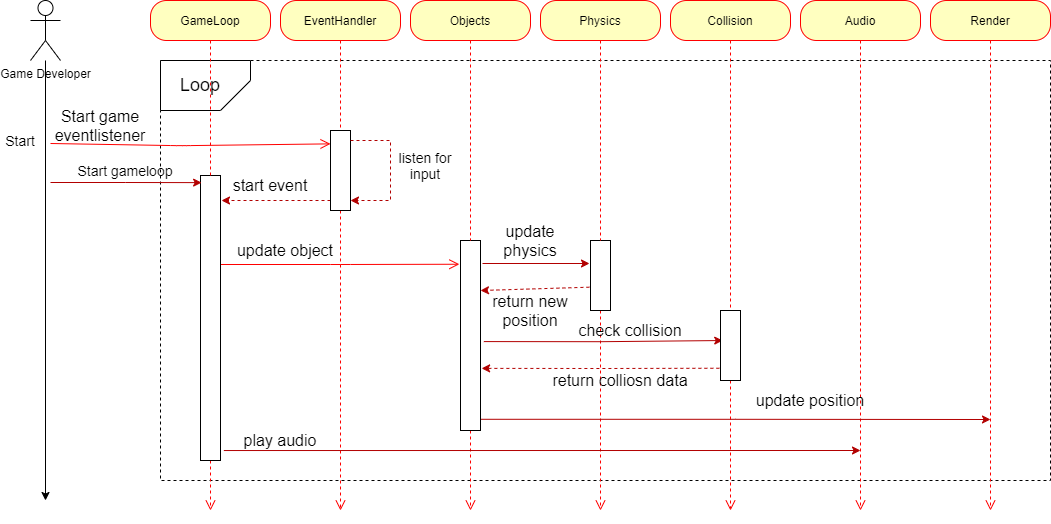
Above: flappyengine/Diagrams/Sequence/Sequence.png in jogvanrs/flappybird2.0 (draw.io), before the change. Source tidied: cells renumbered, new cells last; positions are measured from the earlier drawing's top-left corner, leaving out a move shared by most shapes.
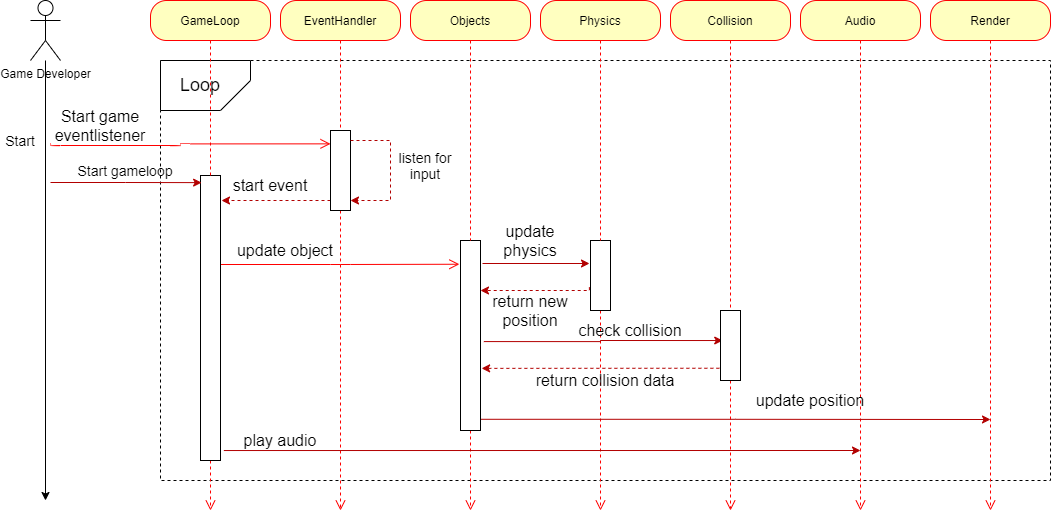
The same diagram one commit later.

The edit, as a diff of the source:
```diff
@@ -189,8 +189,8 @@
     <mxCell id="48" value="&lt;font size=&quot;3&quot;&gt;check collision&lt;/font&gt;" style="text;html=1;strokeColor=none;fillColor=none;align=center;verticalAlign=middle;whiteSpace=wrap;rounded=0;" parent="1" vertex="1">
       <mxGeometry x="570" y="320" width="120" height="20" as="geometry" />
     </mxCell>
-    <mxCell id="49" value="&lt;font size=&quot;3&quot;&gt;return colliosn data&lt;/font&gt;" style="text;html=1;strokeColor=none;fillColor=none;align=center;verticalAlign=middle;whiteSpace=wrap;rounded=0;" parent="1" vertex="1">
-      <mxGeometry x="550" y="370" width="140" height="20" as="geometry" />
+    <mxCell id="49" value="&lt;font size=&quot;3&quot;&gt;return collision data&lt;/font&gt;" style="text;html=1;strokeColor=none;fillColor=none;align=center;verticalAlign=middle;whiteSpace=wrap;rounded=0;" parent="1" vertex="1">
+      <mxGeometry x="515" y="370" width="180" height="20" as="geometry" />
     </mxCell>
     <mxCell id="50" value="&lt;font size=&quot;3&quot;&gt;play audio&lt;/font&gt;" style="text;html=1;strokeColor=none;fillColor=none;align=center;verticalAlign=middle;whiteSpace=wrap;rounded=0;" parent="1" vertex="1">
       <mxGeometry x="230" y="430" width="100" height="20" as="geometry" />
```
